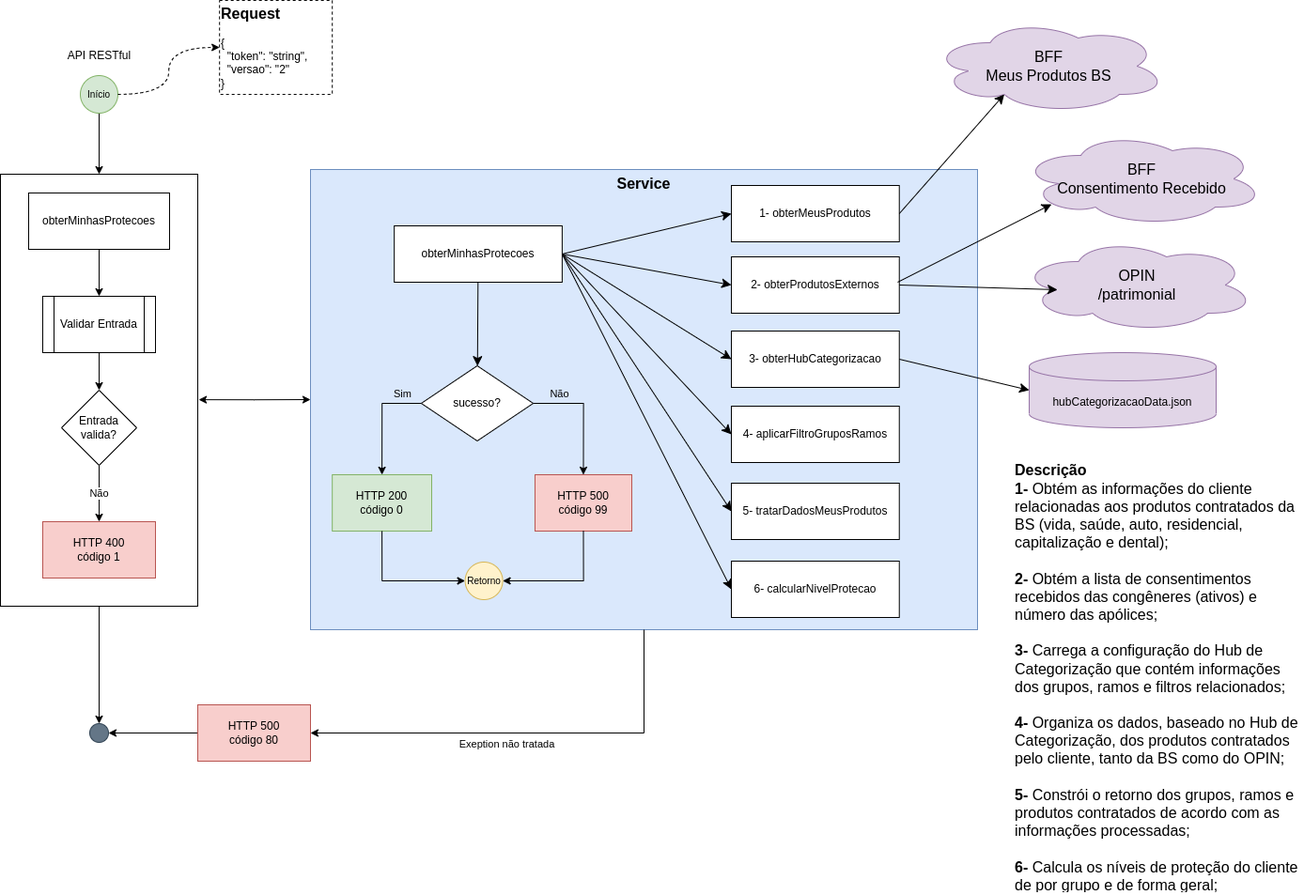
This is MP_BFF_Fluxo_BS_OPIN-BFF_MinhasProtecoes_MVP-2.drawio.png from eduardohv-ciandt/vsminhasprotecoes, a draw.io export, as it was before one commit. Source tidied: cells renumbered, new cells last; positions are measured from the earlier drawing's top-left corner, leaving out a move shared by most shapes.
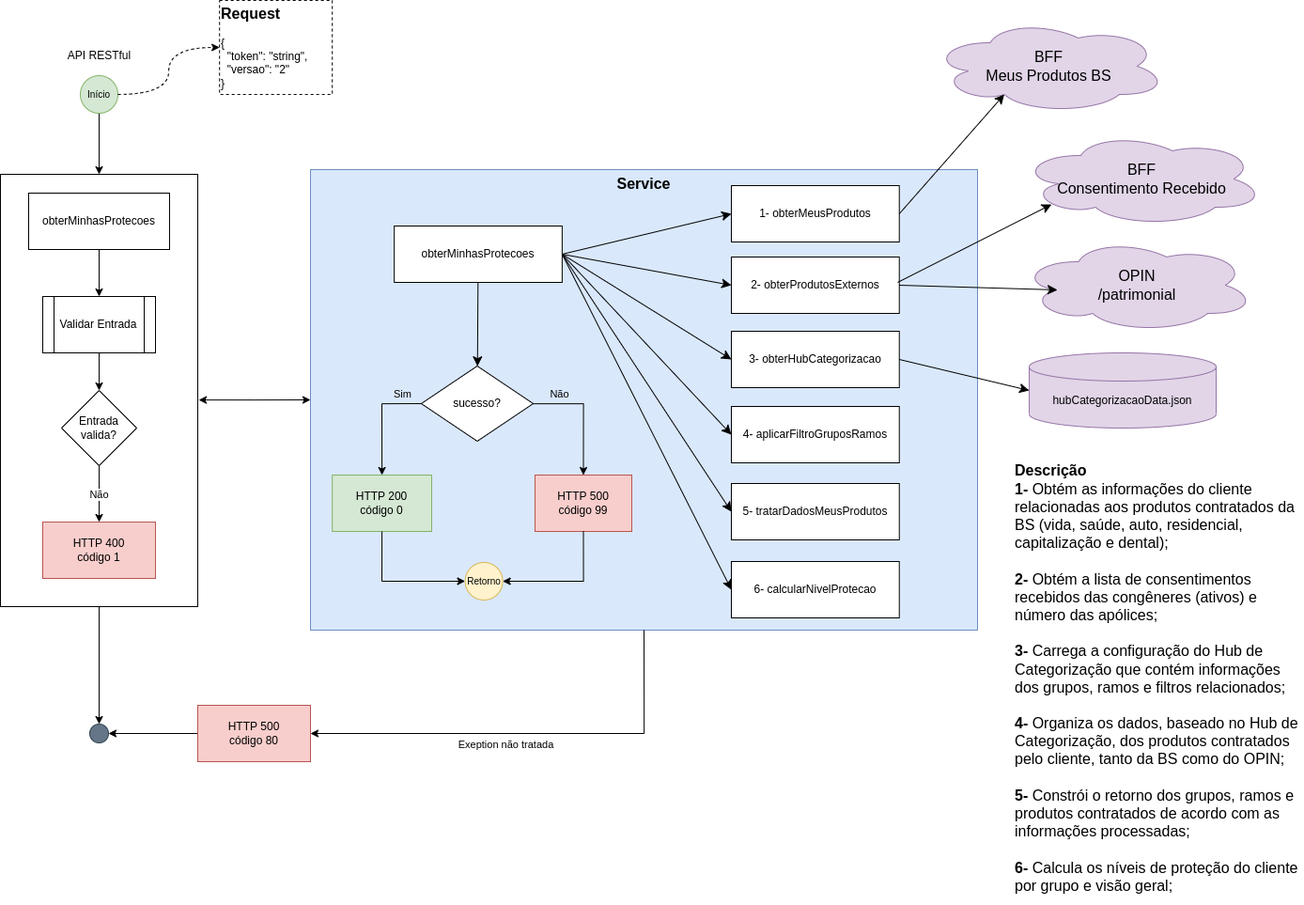
The same file after the commit.

Change to the diagram source:
```diff
@@ -154,8 +154,8 @@
     <mxCell id="51" style="edgeStyle=none;curved=1;rounded=0;jettySize=auto;html=1;entryX=0.16;entryY=0.55;entryDx=0;entryDy=0;entryPerimeter=0;fontSize=12;startSize=8;endSize=8;exitX=1;exitY=0.5;exitDx=0;exitDy=0;" parent="1" edge="1" source="20" target="2">
       <mxGeometry relative="1" as="geometry" />
     </mxCell>
-    <mxCell id="52" value="&lt;h1&gt;&lt;/h1&gt;&lt;b&gt;Descrição&lt;br&gt;1- &lt;/b&gt;Obtém as informações do cliente relacionadas aos produtos contratados da BS (vida, saúde, auto, residencial, capitalização e dental);&lt;br&gt;&lt;br&gt;&lt;b&gt;2- &lt;/b&gt;Obtém a lista de consentimentos recebidos das congêneres (ativos) e número das apólices;&lt;br&gt;&lt;b&gt;&lt;br&gt;&lt;/b&gt;&lt;b style=&quot;border-color: var(--border-color);&quot;&gt;3-&amp;nbsp;&lt;/b&gt;Carrega a configuração do Hub de Categorização que contém informações dos grupos, ramos e filtros relacionados;&amp;nbsp;&lt;br&gt;&lt;b&gt;&lt;br&gt;&lt;/b&gt;&lt;b style=&quot;border-color: var(--border-color);&quot;&gt;4-&amp;nbsp;&lt;/b&gt;Organiza os dados, baseado no Hub de Categorização, dos produtos contratados pelo cliente, tanto da BS como do OPIN;&amp;nbsp;&lt;br&gt;&lt;b&gt;&lt;br&gt;&lt;/b&gt;&lt;b style=&quot;border-color: var(--border-color);&quot;&gt;5-&amp;nbsp;&lt;/b&gt;Constrói o retorno dos grupos, ramos e produtos contratados de acordo com as informações processadas;&lt;br&gt;&lt;b&gt;&lt;br&gt;&lt;/b&gt;&lt;b style=&quot;border-color: var(--border-color);&quot;&gt;6-&amp;nbsp;&lt;/b&gt;Calcula os níveis de proteção do cliente de por grupo e de forma geral;&lt;br&gt;&lt;span style=&quot;font-size: 12px; text-align: center;&quot;&gt;&lt;b&gt;&lt;br&gt;&lt;/b&gt;&lt;/span&gt;" style="text;html=1;strokeColor=none;fillColor=none;spacing=5;spacingTop=-20;whiteSpace=wrap;overflow=hidden;rounded=0;fontSize=16;strokeWidth=5;perimeterSpacing=5;glass=0;shadow=0;" parent="1" vertex="1">
-      <mxGeometry x="1074.5" y="480" width="310" height="470" as="geometry" />
+    <mxCell id="52" value="&lt;h1&gt;&lt;/h1&gt;&lt;b&gt;Descrição&lt;br&gt;1- &lt;/b&gt;Obtém as informações do cliente relacionadas aos produtos contratados da BS (vida, saúde, auto, residencial, capitalização e dental);&lt;br&gt;&lt;br&gt;&lt;b&gt;2- &lt;/b&gt;Obtém a lista de consentimentos recebidos das congêneres (ativos) e número das apólices;&lt;br&gt;&lt;b&gt;&lt;br&gt;&lt;/b&gt;&lt;b style=&quot;border-color: var(--border-color);&quot;&gt;3-&amp;nbsp;&lt;/b&gt;Carrega a configuração do Hub de Categorização que contém informações dos grupos, ramos e filtros relacionados;&amp;nbsp;&lt;br&gt;&lt;b&gt;&lt;br&gt;&lt;/b&gt;&lt;b style=&quot;border-color: var(--border-color);&quot;&gt;4-&amp;nbsp;&lt;/b&gt;Organiza os dados, baseado no Hub de Categorização, dos produtos contratados pelo cliente, tanto da BS como do OPIN;&amp;nbsp;&lt;br&gt;&lt;b&gt;&lt;br&gt;&lt;/b&gt;&lt;b style=&quot;border-color: var(--border-color);&quot;&gt;5-&amp;nbsp;&lt;/b&gt;Constrói o retorno dos grupos, ramos e produtos contratados de acordo com as informações processadas;&lt;br&gt;&lt;b&gt;&lt;br&gt;&lt;/b&gt;&lt;b style=&quot;border-color: var(--border-color);&quot;&gt;6-&amp;nbsp;&lt;/b&gt;Calcula os níveis de proteção do cliente por grupo e visão geral;&lt;br&gt;&lt;span style=&quot;font-size: 12px; text-align: center;&quot;&gt;&lt;b&gt;&lt;br&gt;&lt;/b&gt;&lt;/span&gt;" style="text;html=1;strokeColor=none;fillColor=none;spacing=5;spacingTop=-20;whiteSpace=wrap;overflow=hidden;rounded=0;fontSize=16;strokeWidth=5;perimeterSpacing=5;glass=0;shadow=0;" parent="1" vertex="1">
+      <mxGeometry x="1074.5" y="480" width="310" height="480" as="geometry" />
     </mxCell>
     <mxCell id="53" value="BFF&lt;br&gt;Consentimento Recebido" style="ellipse;shape=cloud;whiteSpace=wrap;html=1;fontSize=16;fillColor=#e1d5e7;strokeColor=#9673a6;" parent="1" vertex="1">
       <mxGeometry x="1085" y="140" width="260" height="100" as="geometry" />
```
